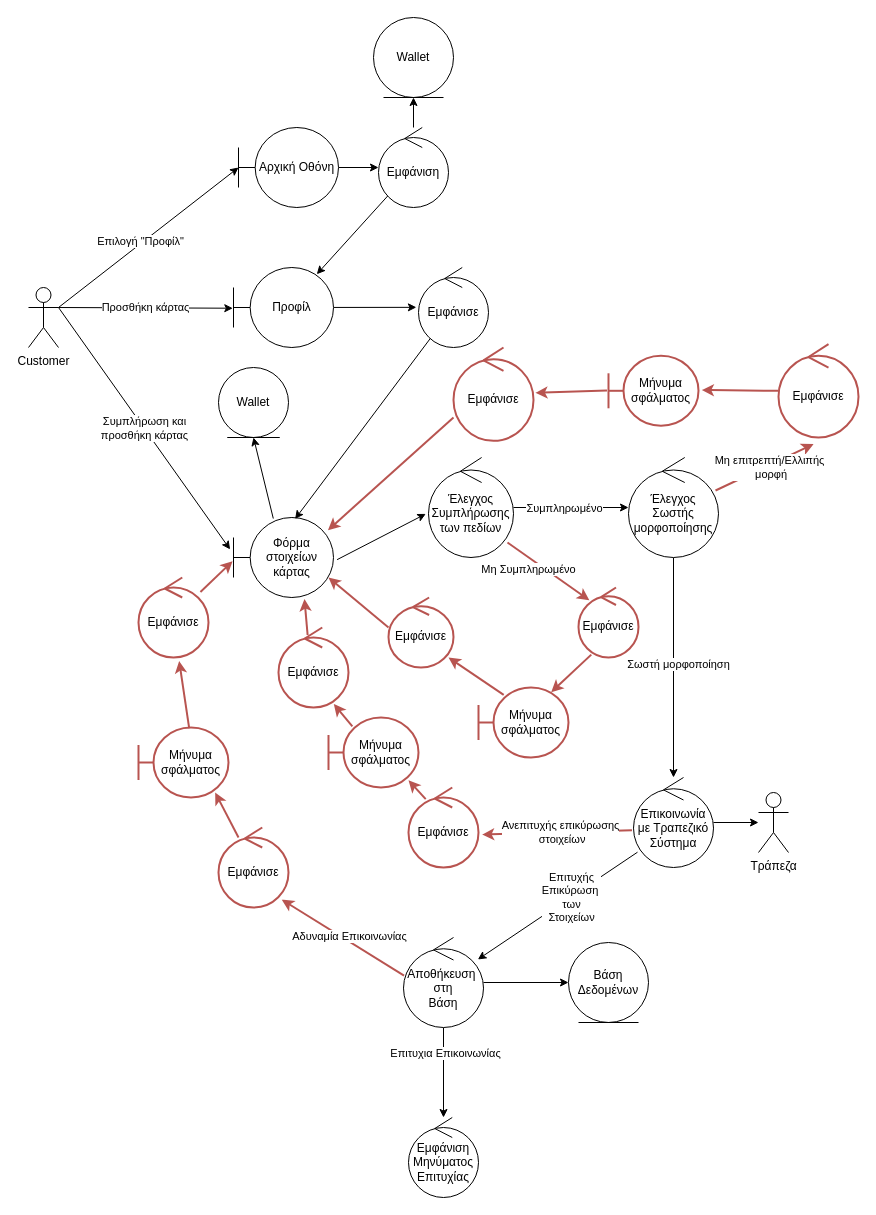
Before: Part_2/Robustness/diagrams/05_Προσθήκη_Τρόπου_Πληρωμής.drawio in Nikolis2002/texnoligia_logismikou, a draw.io diagram. Source tidied: cells renumbered, new cells numbered last; positions are measured from the earlier drawing's top-left corner, leaving out a move shared by most shapes. Both pictures are drawn from the tidied source at 100%, with x=0, y=0 at pixel (28, 17).
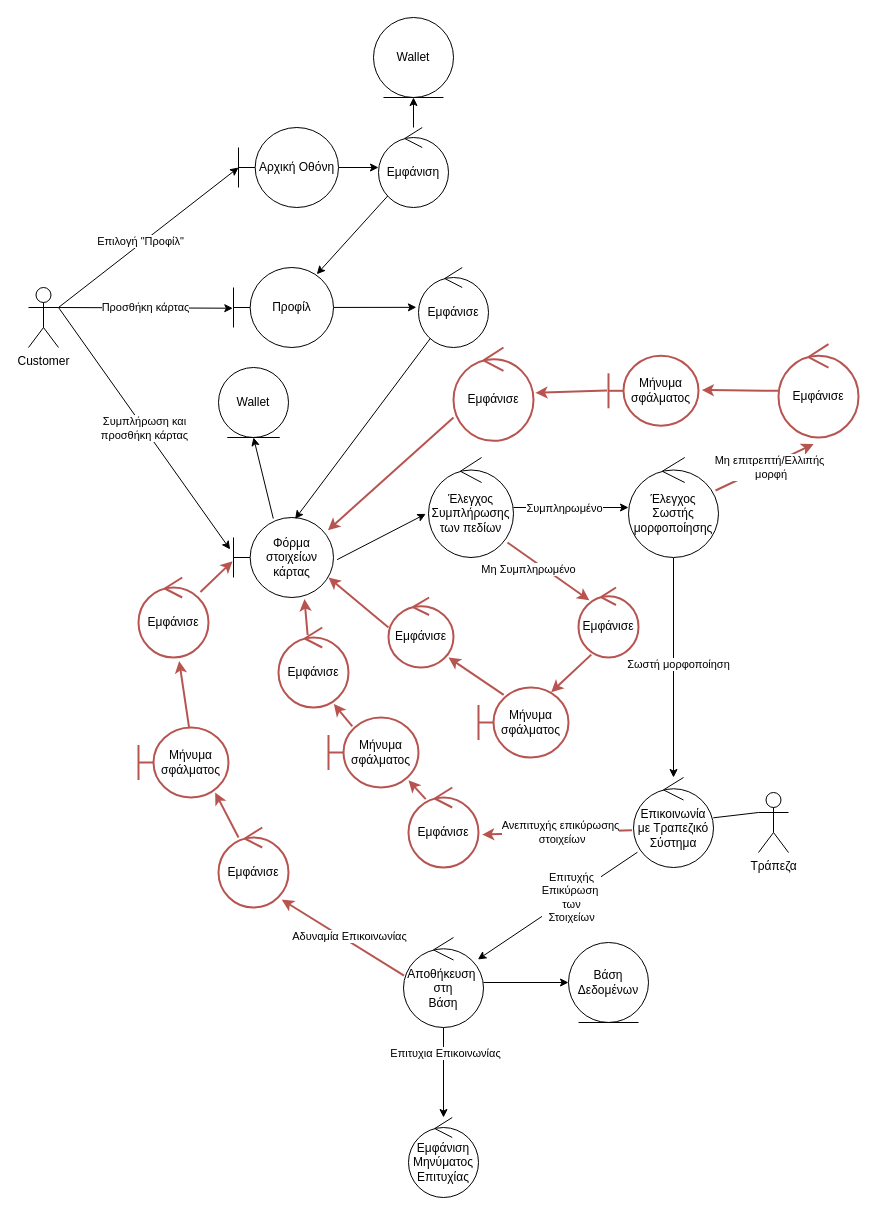
The same diagram, later.

The change refers to these unchanged cells:
```xml
<mxCell id="22" value="Επικοινωνία με Τραπεζικό Σύστημα" style="ellipse;shape=umlControl;whiteSpace=wrap;html=1;" parent="1" vertex="1">
  <mxGeometry x="605" y="760" width="80" height="90" as="geometry" />
</mxCell>
<mxCell id="23" value="Τράπεζα" style="shape=umlActor;verticalLabelPosition=bottom;verticalAlign=top;html=1;" parent="1" vertex="1">
  <mxGeometry x="730" y="775" width="30" height="60" as="geometry" />
</mxCell>
```

Change to the diagram source:
```diff
@@
-    <mxCell id="19" style="edgeStyle=none;html=1;" parent="1" edge="1" source="22" target="23">
+    <mxCell id="19" style="edgeStyle=none;html=1;endArrow=none;endFill=0;entryX=0;entryY=0.3333333333333333;entryDx=0;entryDy=0;entryPerimeter=0;" parent="1" edge="1" source="22" target="23">
       <mxGeometry relative="1" as="geometry" />
     </mxCell>
```
